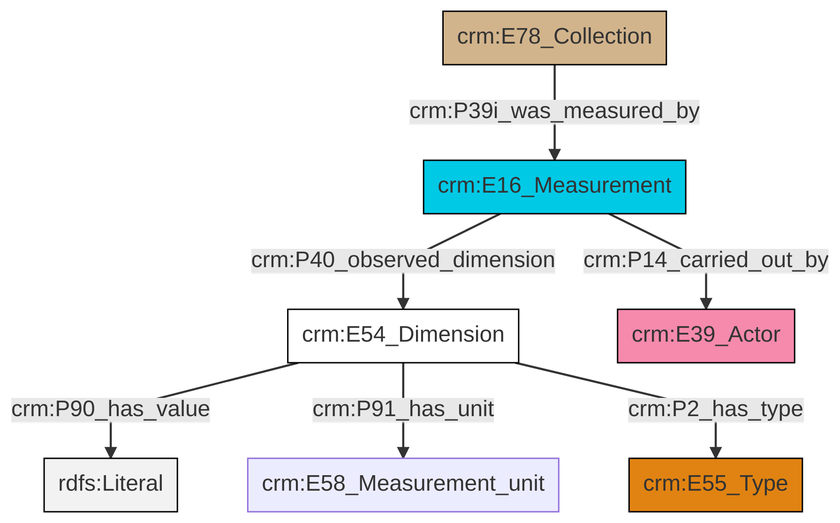
The Mermaid diagram et/archivalCSV/ttl/mmd/png/archival_substance.png in swiss-art-research-net/docs.swissartresearch, before a commit. Its source is kept beside it as et/archivalCSV/ttl/mmd/archival_substance.ttl.mmd. Its diagram source:
```mermaid
graph TD
classDef Literal fill:#f2f2f2,stroke:#000000;
classDef CRM_Entity fill:#FFFFFF,stroke:#000000;
classDef Temporal_Entity fill:#00C9E6, stroke:#000000;
classDef Type fill:#E18312, stroke:#000000;
classDef Time-Span fill:#2C9C91, stroke:#000000;
classDef Appellation fill:#FFEB7F, stroke:#000000;
classDef Place fill:#008836, stroke:#000000;
classDef Persistent_Item fill:#B266B2, stroke:#000000;
classDef Conceptual_Object fill:#FFD700, stroke:#000000;
classDef Physical_Thing fill:#D2B48C, stroke:#000000;
classDef Actor fill:#f58aad, stroke:#000000;
classDef PC_Classes fill:#4ce600, stroke:#000000;
classDef Multi fill:#cccccc,stroke:#000000;

0["crm:E54_Dimension"]:::CRM_Entity -->|crm:P90_has_value| 2[rdfs:Literal]:::Literal
9["crm:E16_Measurement"]:::Temporal_Entity -->|crm:P14_carried_out_by| 11["crm:E39_Actor"]:::Actor
9["crm:E16_Measurement"]:::Temporal_Entity -->|crm:P40_observed_dimension| 0["crm:E54_Dimension"]:::CRM_Entity
0["crm:E54_Dimension"]:::CRM_Entity -->|crm:P91_has_unit| 3["crm:E58_Measurement_unit"]:::Default
7["crm:E78_Collection"]:::Physical_Thing -->|crm:P39i_was_measured_by| 9["crm:E16_Measurement"]:::Temporal_Entity
0["crm:E54_Dimension"]:::CRM_Entity -->|crm:P2_has_type| 5["crm:E55_Type"]:::Type
```
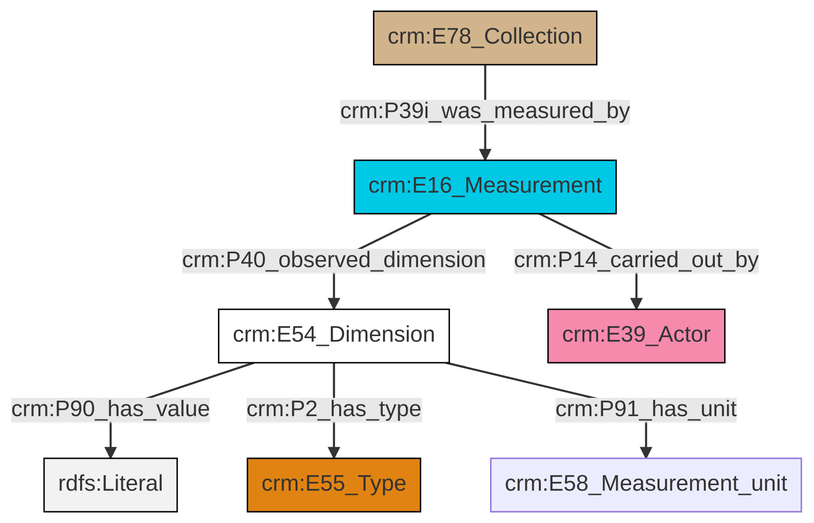
The same file after the commit.

Diff of the diagram source:
```diff
@@ -13,9 +13,9 @@
 classDef PC_Classes fill:#4ce600, stroke:#000000;
 classDef Multi fill:#cccccc,stroke:#000000;
 
-0["crm:E54_Dimension"]:::CRM_Entity -->|crm:P90_has_value| 2[rdfs:Literal]:::Literal
-9["crm:E16_Measurement"]:::Temporal_Entity -->|crm:P14_carried_out_by| 11["crm:E39_Actor"]:::Actor
-9["crm:E16_Measurement"]:::Temporal_Entity -->|crm:P40_observed_dimension| 0["crm:E54_Dimension"]:::CRM_Entity
-0["crm:E54_Dimension"]:::CRM_Entity -->|crm:P91_has_unit| 3["crm:E58_Measurement_unit"]:::Default
-7["crm:E78_Collection"]:::Physical_Thing -->|crm:P39i_was_measured_by| 9["crm:E16_Measurement"]:::Temporal_Entity
-0["crm:E54_Dimension"]:::CRM_Entity -->|crm:P2_has_type| 5["crm:E55_Type"]:::Type
+4["crm:E54_Dimension"]:::CRM_Entity -->|crm:P90_has_value| 6[rdfs:Literal]:::Literal
+7["crm:E16_Measurement"]:::Temporal_Entity -->|crm:P14_carried_out_by| 8["crm:E39_Actor"]:::Actor
+2["crm:E78_Collection"]:::Physical_Thing -->|crm:P39i_was_measured_by| 7["crm:E16_Measurement"]:::Temporal_Entity
+4["crm:E54_Dimension"]:::CRM_Entity -->|crm:P2_has_type| 0["crm:E55_Type"]:::Type
+4["crm:E54_Dimension"]:::CRM_Entity -->|crm:P91_has_unit| 11["crm:E58_Measurement_unit"]:::Default
+7["crm:E16_Measurement"]:::Temporal_Entity -->|crm:P40_observed_dimension| 4["crm:E54_Dimension"]:::CRM_Entity
```
